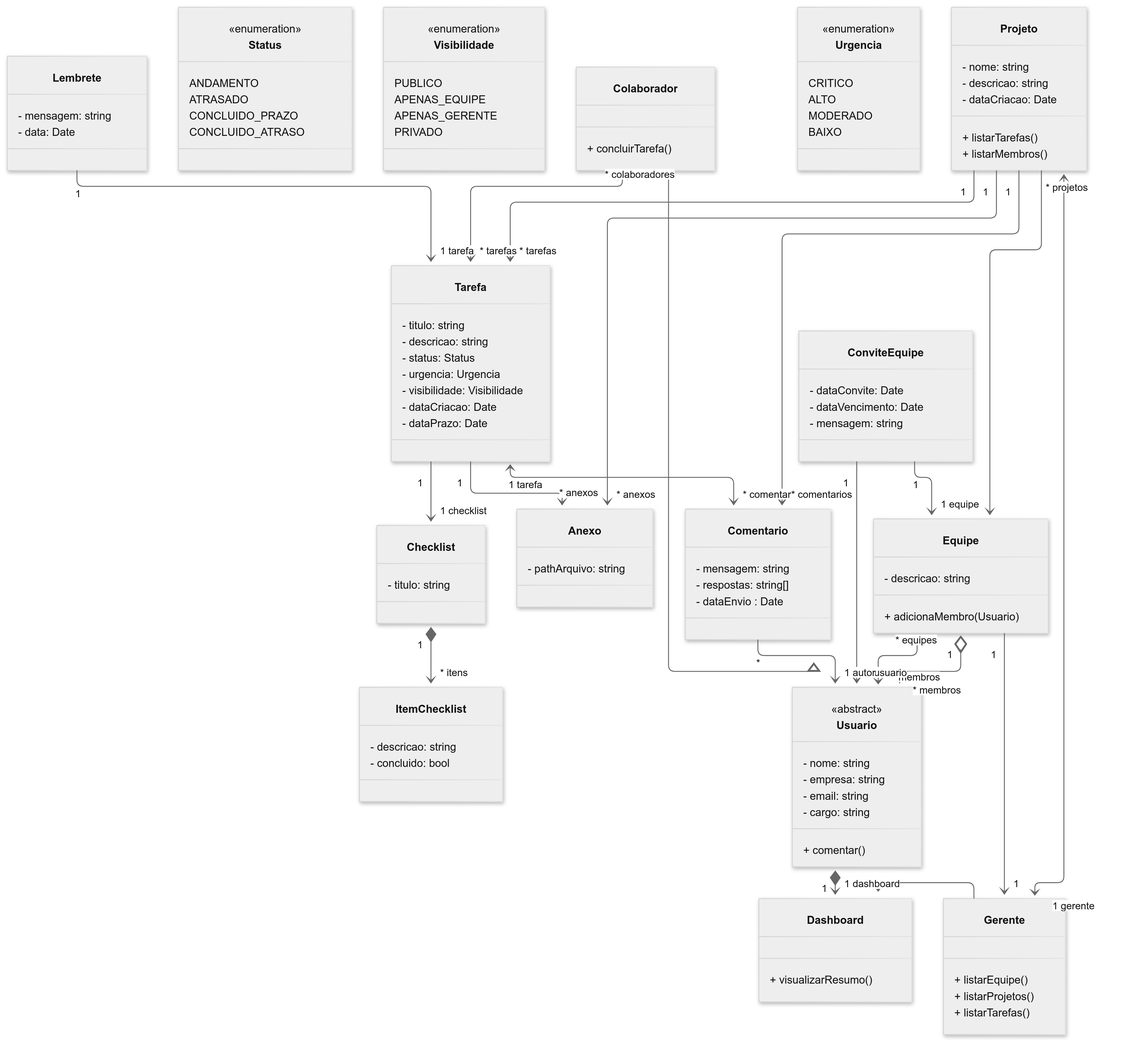
The Mermaid diagram DiagramaClasses/diagramaClasses.png in joaopdinareli/humancollab, before a commit. Its source is kept beside it as DiagramaClasses/diagramaClasses.mmd.
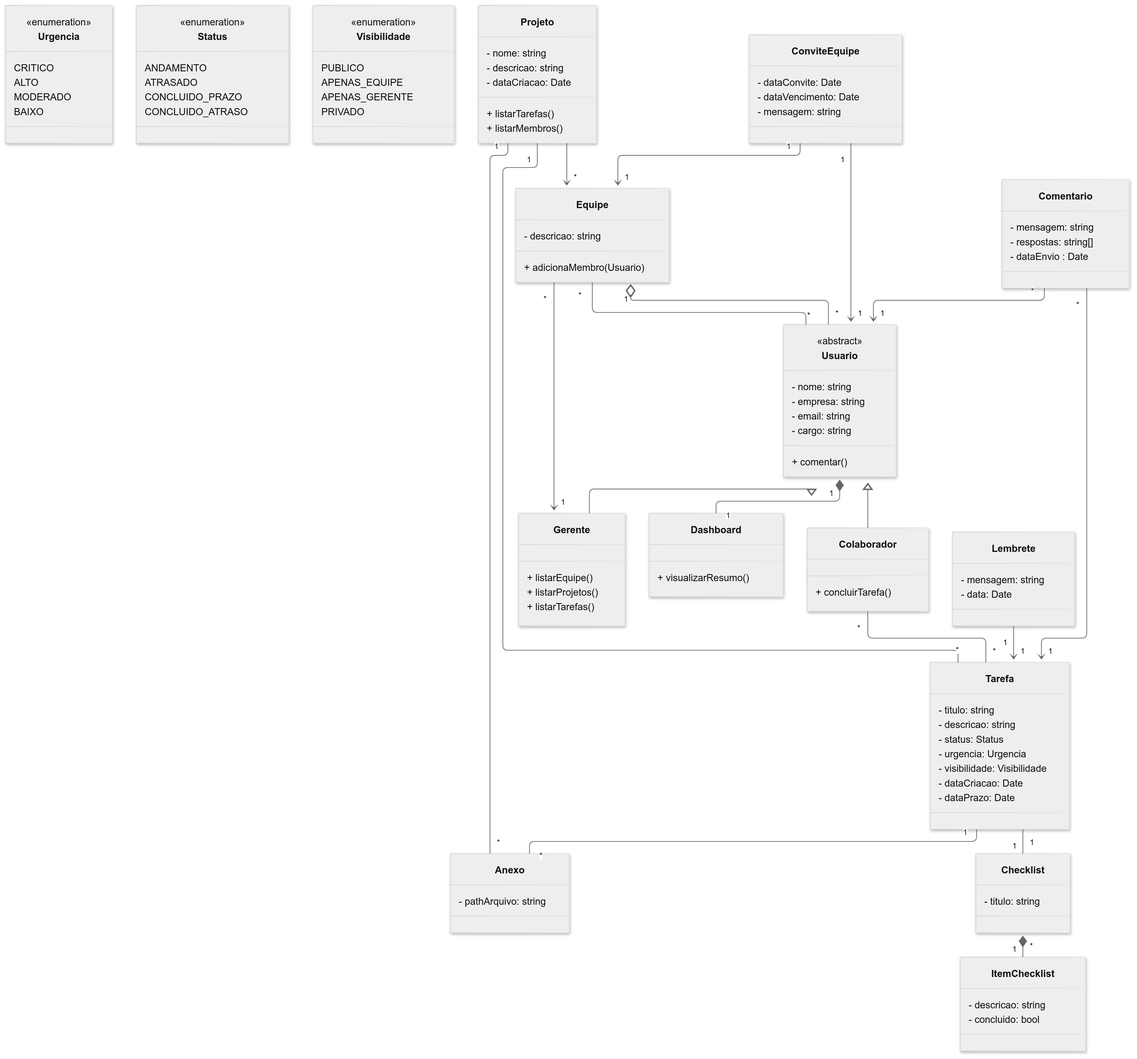
Above is the later version.

Commit message:
Atualizando o diagrama de classes

The edit, as a diff of the source:
```diff
@@ -3,8 +3,29 @@
   layout: elk
   theme: neutral
 ---
-%%{ init: { 'themeVariables': { 'fontSize': '12px', 'fontFamily': 'Arial' } } }%%
+%%{ init: { 'themeVariables': { 'fontSize': '14px', 'fontFamily': 'Arial' } } }%%
 classDiagram
+    class Status {
+        <<enumeration>>
+        ANDAMENTO
+        ATRASADO
+        CONCLUIDO_PRAZO
+        CONCLUIDO_ATRASO
+    }
+    class Urgencia{
+        <<enumeration>>
+        CRITICO
+        ALTO
+        MODERADO
+        BAIXO
+    }
+    class Visibilidade{
+        <<enumeration>>
+        PUBLICO
+        APENAS_EQUIPE
+        APENAS_GERENTE
+        PRIVADO
+    }
     class Usuario {
         <<abstract>>
         - nome: string
@@ -68,44 +89,21 @@
         - mensagem: string
         - data: Date
     }
-        class Status {
-        <<enumeration>>
-        ANDAMENTO
-        ATRASADO
-        CONCLUIDO_PRAZO
-        CONCLUIDO_ATRASO
-    }
-    class Urgencia{
-        <<enumeration>>
-        CRITICO
-        ALTO
-        MODERADO
-        BAIXO
-    }
-    class Visibilidade{
-        <<enumeration>>
-        PUBLICO
-        APENAS_EQUIPE
-        APENAS_GERENTE
-        PRIVADO
-    }
     Usuario <|-- Gerente
     Usuario <|-- Colaborador
-    Usuario "* membros" <--> "* equipes" Equipe
-    Usuario "1" *--> "1 dashboard" Dashboard
-    Gerente "1 gerente" <--> "* projetos" Projeto
-    Colaborador "* colaboradores" <--> "* tarefas" Tarefa
-    Tarefa "1 tarefa" <--> "* comentarios" Comentario
-    Tarefa "1" --> "* anexos" Anexo
-    Tarefa "1" --> "1 checklist" Checklist
-    Projeto "1" --> "* tarefas" Tarefa
-    Projeto "1" --> "* comentarios" Comentario
-    Projeto "1" --> "* anexos" Anexo
-    Projeto ..> Equipe
-    Equipe "1" ..> "1" Gerente
-    Equipe "1" o--> "* membros" Usuario
-    ConviteEquipe "1" ..> "1 usuario" Usuario
-    ConviteEquipe "1" ..> "1 equipe" Equipe
-    Comentario "*"..> "1 autor" Usuario
-    Checklist "1" *--> "* itens" ItemChecklist
-    Lembrete "1" ..> "1 tarefa" Tarefa
+    Usuario "*" -- "*" Equipe
+    Usuario "1" *-- "1" Dashboard
+    Colaborador "*" -- "*" Tarefa
+    Tarefa "1" -- "*" Anexo
+    Tarefa "1" -- "1" Checklist
+    Checklist "1" *-- "*" ItemChecklist
+    Projeto "1" -- "*" Tarefa
+    Projeto "1" -- "*" Anexo
+    Equipe "1" o-- "*" Usuario
+    Projeto ..> "*" Equipe
+    Equipe "*" ..> "1" Gerente
+    Comentario "*" ..> "1" Tarefa
+    Comentario "*" ..> "1" Usuario
+    ConviteEquipe "1" ..> "1" Usuario
+    ConviteEquipe "1" ..> "1" Equipe
+    Lembrete "1" ..> "1" Tarefa
```
